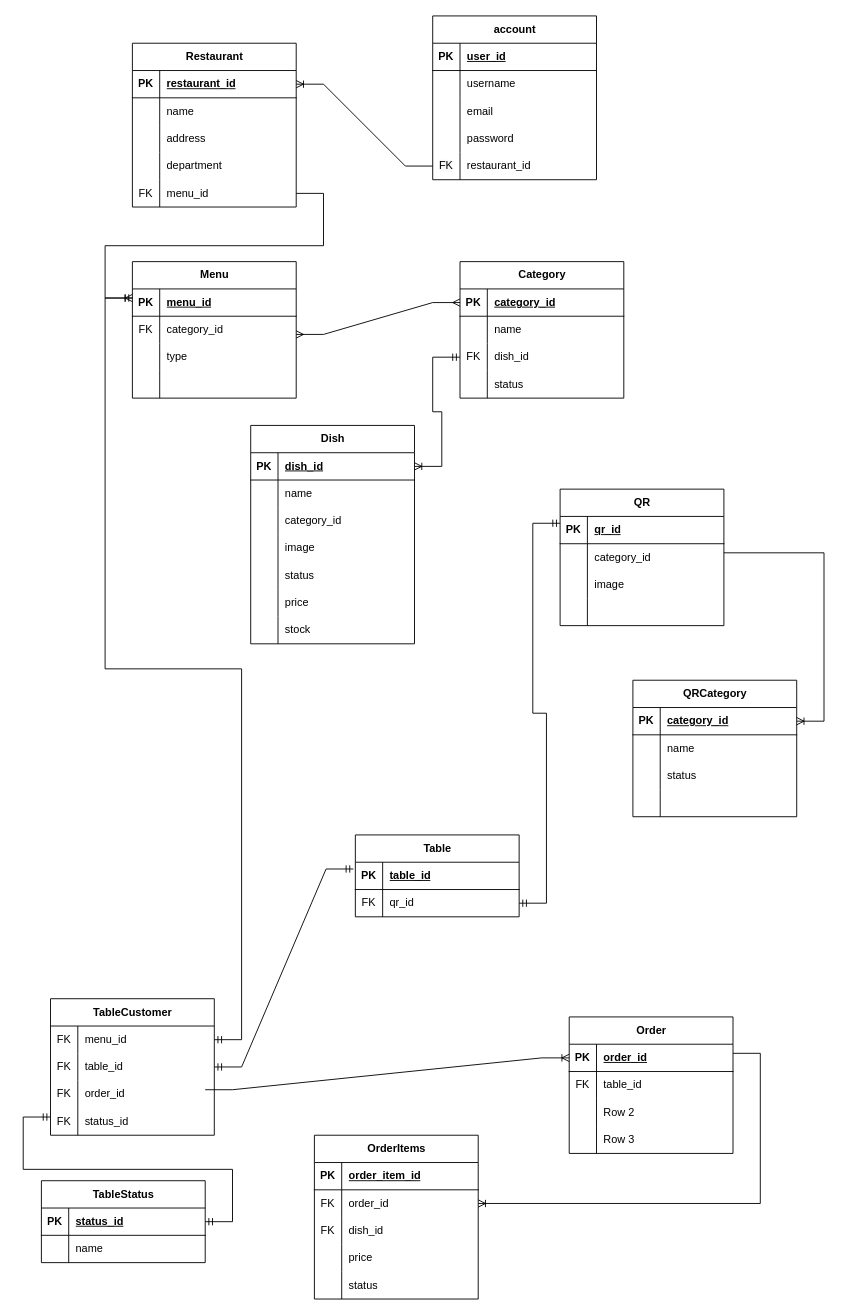
The draw.io diagram Untitled Diagram.drawio in trminhphu79/auth-example-angular, before the edit. Source tidied: cells renumbered, new cells numbered last; positions are measured from the earlier drawing's top-left corner, leaving out a move shared by most shapes. Both pictures are drawn from the tidied source at 91%, with x=0, y=0 at pixel (41, 15).
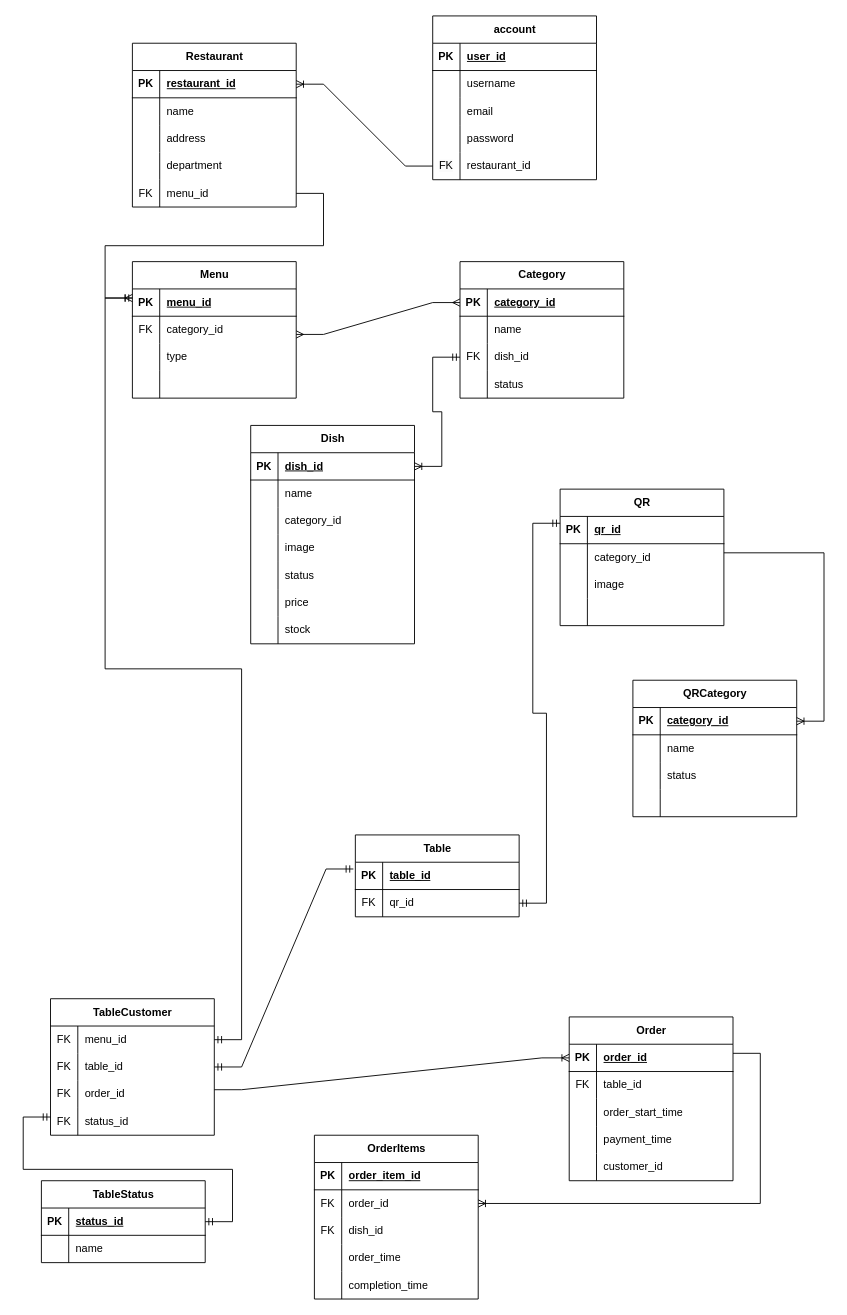
After the change.

The change refers to these unchanged cells:
```xml
<mxCell id="137" style="shape=tableRow;horizontal=0;startSize=0;swimlaneHead=0;swimlaneBody=0;fillColor=none;points=[[0,0.5],[1,0.5]];portConstraint=eastwest;top=0;left=0;right=0;bottom=1;" parent="136" vertex="1">
  <mxGeometry y="30" width="180" height="30" as="geometry" />
</mxCell>
<mxCell id="143" style="shape=tableRow;horizontal=0;startSize=0;swimlaneHead=0;swimlaneBody=0;fillColor=none;top=0;left=0;right=0;bottom=0;" parent="136" vertex="1">
  <mxGeometry y="90" width="180" height="30" as="geometry" />
</mxCell>
<mxCell id="146" style="shape=tableRow;horizontal=0;startSize=0;swimlaneHead=0;swimlaneBody=0;fillColor=none;top=0;left=0;right=0;bottom=0;" parent="136" vertex="1">
  <mxGeometry y="120" width="180" height="30" as="geometry" />
</mxCell>
<mxCell id="159" style="shape=tableRow;horizontal=0;startSize=0;swimlaneHead=0;swimlaneBody=0;fillColor=none;top=0;left=0;right=0;bottom=0;" parent="149" vertex="1">
  <mxGeometry y="120" width="180" height="30" as="geometry" />
</mxCell>
<mxCell id="162" style="shape=tableRow;horizontal=0;startSize=0;swimlaneHead=0;swimlaneBody=0;fillColor=none;top=0;left=0;right=0;bottom=0;" parent="149" vertex="1">
  <mxGeometry y="150" width="180" height="30" as="geometry" />
</mxCell>
```

Change to the diagram source:
```diff
@@
     <mxCell id="136" value="Order" style="shape=table;startSize=30;childLayout=tableLayout;rowLines=0;fontStyle=1;align=center;html=1;" parent="1" vertex="1">
-      <mxGeometry x="580" y="1100" width="180" height="150" as="geometry" />
+      <mxGeometry x="580" y="1100" width="180" height="180" as="geometry" />
     </mxCell>
@@
-    <mxCell id="145" value="Row 2" style="shape=partialRectangle;fillColor=none;top=0;left=0;bottom=0;right=0;align=left;spacingLeft=6;overflow=hidden;whiteSpace=wrap;html=1;" parent="143" vertex="1">
+    <mxCell id="145" value="order_start_time" style="shape=partialRectangle;fillColor=none;top=0;left=0;bottom=0;right=0;align=left;spacingLeft=6;overflow=hidden;whiteSpace=wrap;html=1;" parent="143" vertex="1">
       <mxGeometry x="30" width="150" height="30" as="geometry" />
     </mxCell>
@@
-    <mxCell id="148" value="Row 3" style="shape=partialRectangle;fillColor=none;top=0;left=0;bottom=0;right=0;align=left;spacingLeft=6;overflow=hidden;whiteSpace=wrap;html=1;" parent="146" vertex="1">
+    <mxCell id="148" value="payment_time" style="shape=partialRectangle;fillColor=none;top=0;left=0;bottom=0;right=0;align=left;spacingLeft=6;overflow=hidden;whiteSpace=wrap;html=1;" parent="146" vertex="1">
       <mxGeometry x="30" width="150" height="30" as="geometry" />
     </mxCell>
+    <mxCell id="175" style="shape=tableRow;horizontal=0;startSize=0;swimlaneHead=0;swimlaneBody=0;fillColor=none;top=0;left=0;right=0;bottom=0;" parent="136" vertex="1">
+      <mxGeometry y="150" width="180" height="30" as="geometry" />
+    </mxCell>
+    <mxCell id="176" style="shape=partialRectangle;fillColor=none;top=0;left=0;bottom=0;right=0;overflow=hidden;whiteSpace=wrap;html=1;" parent="175" vertex="1">
+      <mxGeometry width="30" height="30" as="geometry" />
+    </mxCell>
+    <mxCell id="177" value="customer_id" style="shape=partialRectangle;fillColor=none;top=0;left=0;bottom=0;right=0;align=left;spacingLeft=6;overflow=hidden;whiteSpace=wrap;html=1;" parent="175" vertex="1">
+      <mxGeometry x="30" width="150" height="30" as="geometry" />
+    </mxCell>
@@
-    <mxCell id="161" value="price" style="shape=partialRectangle;fillColor=none;top=0;left=0;bottom=0;right=0;align=left;spacingLeft=6;overflow=hidden;whiteSpace=wrap;html=1;" parent="159" vertex="1">
+    <mxCell id="161" value="order_time" style="shape=partialRectangle;fillColor=none;top=0;left=0;bottom=0;right=0;align=left;spacingLeft=6;overflow=hidden;whiteSpace=wrap;html=1;" parent="159" vertex="1">
       <mxGeometry x="30" width="150" height="30" as="geometry" />
     </mxCell>
@@
-    <mxCell id="164" value="status" style="shape=partialRectangle;fillColor=none;top=0;left=0;bottom=0;right=0;align=left;spacingLeft=6;overflow=hidden;whiteSpace=wrap;html=1;" parent="162" vertex="1">
+    <mxCell id="164" value="completion_time" style="shape=partialRectangle;fillColor=none;top=0;left=0;bottom=0;right=0;align=left;spacingLeft=6;overflow=hidden;whiteSpace=wrap;html=1;" parent="162" vertex="1">
       <mxGeometry x="30" width="150" height="30" as="geometry" />
     </mxCell>
@@
     <mxCell id="166" style="edgeStyle=entityRelationEdgeStyle;fontSize=12;html=1;endArrow=ERoneToMany;rounded=0;" parent="1" edge="1" target="137">
       <mxGeometry relative="1" as="geometry">
-        <mxPoint x="180" y="1180" as="sourcePoint" />
+        <mxPoint x="190" y="1180" as="sourcePoint" />
       </mxGeometry>
     </mxCell>
```
